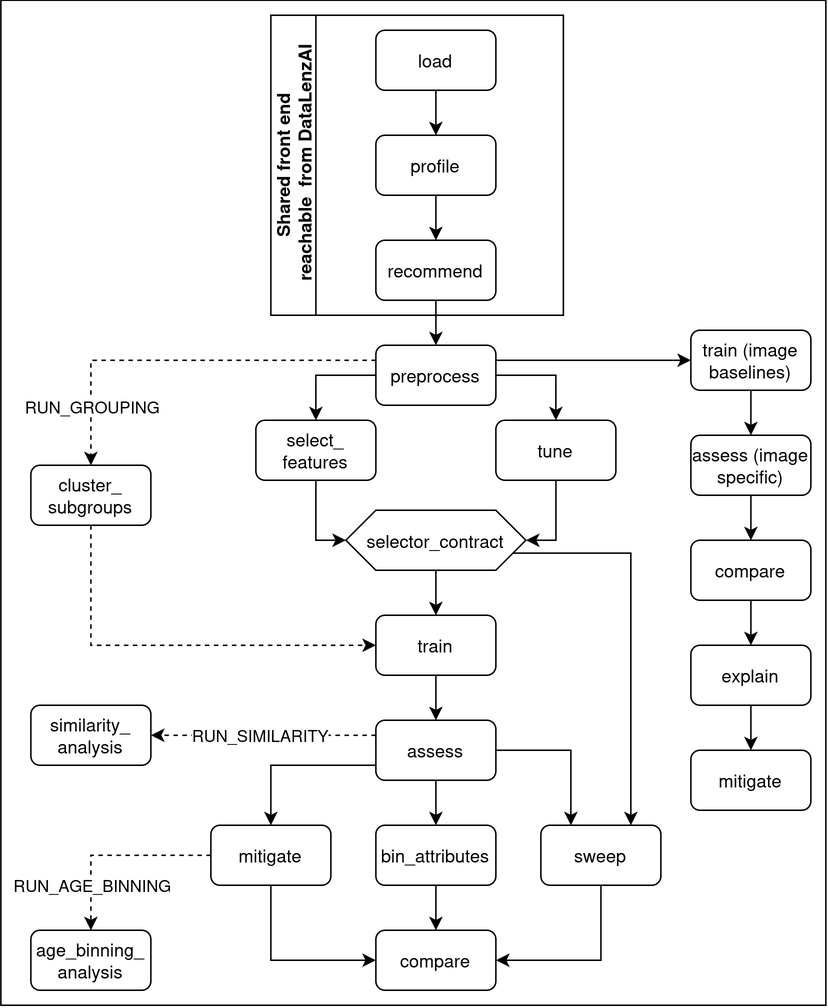
Before: docs/diagrams/F1.drawio.png, a diagram exported from draw.io (UA-Dissertation-Project-107449/FairXAI). Source tidied: cells renumbered, new cells last; positions are measured from the earlier drawing's top-left corner, leaving out a move shared by most shapes. The source it was exported from:
```xml
<mxGraphModel>
  <root>
    <mxCell id="0" />
    <mxCell id="1" parent="0" />
    <mxCell id="2" style="rounded=0;whiteSpace=wrap;html=1;" parent="1" vertex="1">
      <mxGeometry width="550" height="670" as="geometry" />
    </mxCell>
    <mxCell id="3" value="&lt;div&gt;Shared front end&lt;/div&gt;&lt;div&gt;&amp;nbsp;reachable&amp;nbsp; from DataLenzAI&lt;/div&gt;" style="swimlane;horizontal=0;whiteSpace=wrap;html=1;startSize=30;" parent="1" vertex="1">
      <mxGeometry x="180" y="10" width="195" height="200" as="geometry" />
    </mxCell>
    <mxCell id="4" style="edgeStyle=orthogonalEdgeStyle;rounded=0;jettySize=auto;html=1;exitX=0.5;exitY=1;exitDx=0;exitDy=0;entryX=0.5;entryY=0;entryDx=0;entryDy=0;" parent="3" edge="1" source="5" target="7">
      <mxGeometry relative="1" as="geometry" />
    </mxCell>
    <mxCell id="5" value="load" style="rounded=1;whiteSpace=wrap;html=1;" parent="3" vertex="1">
      <mxGeometry x="70" y="10" width="80" height="40" as="geometry" />
    </mxCell>
    <mxCell id="6" style="edgeStyle=orthogonalEdgeStyle;rounded=0;jettySize=auto;html=1;exitX=0.5;exitY=1;exitDx=0;exitDy=0;entryX=0.5;entryY=0;entryDx=0;entryDy=0;" parent="3" edge="1" source="7" target="8">
      <mxGeometry relative="1" as="geometry" />
    </mxCell>
    <mxCell id="7" value="profile" style="rounded=1;whiteSpace=wrap;html=1;" parent="3" vertex="1">
      <mxGeometry x="70" y="80" width="80" height="40" as="geometry" />
    </mxCell>
    <mxCell id="8" value="recommend" style="rounded=1;whiteSpace=wrap;html=1;" parent="3" vertex="1">
      <mxGeometry x="70" y="150" width="80" height="40" as="geometry" />
    </mxCell>
    <mxCell id="9" style="edgeStyle=orthogonalEdgeStyle;rounded=0;jettySize=auto;html=1;exitX=0;exitY=0.5;exitDx=0;exitDy=0;entryX=0.5;entryY=0;entryDx=0;entryDy=0;" parent="1" edge="1" source="14" target="19">
      <mxGeometry relative="1" as="geometry" />
    </mxCell>
    <mxCell id="10" style="edgeStyle=orthogonalEdgeStyle;rounded=0;jettySize=auto;html=1;exitX=1;exitY=0.5;exitDx=0;exitDy=0;entryX=0.5;entryY=0;entryDx=0;entryDy=0;" parent="1" edge="1" source="14" target="17">
      <mxGeometry relative="1" as="geometry" />
    </mxCell>
    <mxCell id="11" style="edgeStyle=orthogonalEdgeStyle;rounded=0;jettySize=auto;html=1;exitX=1;exitY=0.25;exitDx=0;exitDy=0;entryX=0;entryY=0.5;entryDx=0;entryDy=0;" parent="1" edge="1" source="14" target="24">
      <mxGeometry relative="1" as="geometry" />
    </mxCell>
    <mxCell id="12" style="edgeStyle=orthogonalEdgeStyle;rounded=0;jettySize=auto;html=1;exitX=0;exitY=0.25;exitDx=0;exitDy=0;entryX=0.5;entryY=0;entryDx=0;entryDy=0;dashed=1;" parent="1" edge="1" source="14" target="41">
      <mxGeometry relative="1" as="geometry" />
    </mxCell>
    <mxCell id="13" value="RUN_GROUPING" style="edgeLabel;html=1;align=center;verticalAlign=middle;" parent="12" vertex="1">
      <mxGeometry x="0.49" y="-1" relative="1" as="geometry">
        <mxPoint x="1" y="26" as="offset" />
      </mxGeometry>
    </mxCell>
    <mxCell id="14" value="preprocess" style="rounded=1;whiteSpace=wrap;html=1;" parent="1" vertex="1">
      <mxGeometry x="250" y="230" width="80" height="40" as="geometry" />
    </mxCell>
    <mxCell id="15" style="edgeStyle=orthogonalEdgeStyle;rounded=0;jettySize=auto;html=1;exitX=0.5;exitY=1;exitDx=0;exitDy=0;entryX=0.5;entryY=0;entryDx=0;entryDy=0;" parent="1" edge="1" source="8" target="14">
      <mxGeometry relative="1" as="geometry" />
    </mxCell>
    <mxCell id="16" style="edgeStyle=orthogonalEdgeStyle;rounded=0;jettySize=auto;html=1;exitX=0.5;exitY=1;exitDx=0;exitDy=0;entryX=1;entryY=0.5;entryDx=0;entryDy=0;" parent="1" edge="1" source="17" target="22">
      <mxGeometry relative="1" as="geometry" />
    </mxCell>
    <mxCell id="17" value="tune" style="rounded=1;whiteSpace=wrap;html=1;" parent="1" vertex="1">
      <mxGeometry x="330" y="280" width="80" height="40" as="geometry" />
    </mxCell>
    <mxCell id="18" style="edgeStyle=orthogonalEdgeStyle;rounded=0;jettySize=auto;html=1;exitX=0.5;exitY=1;exitDx=0;exitDy=0;entryX=0;entryY=0.5;entryDx=0;entryDy=0;" parent="1" edge="1" source="19" target="22">
      <mxGeometry relative="1" as="geometry" />
    </mxCell>
    <mxCell id="19" value="&lt;div&gt;select_&lt;/div&gt;&lt;div&gt;features&lt;/div&gt;" style="rounded=1;whiteSpace=wrap;html=1;" parent="1" vertex="1">
      <mxGeometry x="170" y="280" width="80" height="40" as="geometry" />
    </mxCell>
    <mxCell id="20" style="edgeStyle=orthogonalEdgeStyle;rounded=0;jettySize=auto;html=1;exitX=0.5;exitY=1;exitDx=0;exitDy=0;entryX=0.5;entryY=0;entryDx=0;entryDy=0;" parent="1" edge="1" source="22" target="33">
      <mxGeometry relative="1" as="geometry" />
    </mxCell>
    <mxCell id="21" style="edgeStyle=orthogonalEdgeStyle;rounded=0;jettySize=auto;html=1;exitX=1;exitY=0.75;exitDx=0;exitDy=0;entryX=0.75;entryY=0;entryDx=0;entryDy=0;" parent="1" edge="1" source="22" target="44">
      <mxGeometry relative="1" as="geometry" />
    </mxCell>
    <mxCell id="22" value="selector_contract" style="shape=hexagon;perimeter=hexagonPerimeter2;whiteSpace=wrap;html=1;shapeInside=1;fixedSize=1;" parent="1" vertex="1">
      <mxGeometry x="230" y="340" width="120" height="40" as="geometry" />
    </mxCell>
    <mxCell id="23" style="edgeStyle=orthogonalEdgeStyle;rounded=0;jettySize=auto;html=1;exitX=0.5;exitY=1;exitDx=0;exitDy=0;entryX=0.5;entryY=0;entryDx=0;entryDy=0;" parent="1" edge="1" source="24" target="26">
      <mxGeometry relative="1" as="geometry" />
    </mxCell>
    <mxCell id="24" value="train (image baselines)" style="rounded=1;whiteSpace=wrap;html=1;" parent="1" vertex="1">
      <mxGeometry x="460" y="220" width="80" height="40" as="geometry" />
    </mxCell>
    <mxCell id="25" style="edgeStyle=orthogonalEdgeStyle;rounded=0;jettySize=auto;html=1;exitX=0.5;exitY=1;exitDx=0;exitDy=0;entryX=0.5;entryY=0;entryDx=0;entryDy=0;" parent="1" edge="1" source="26" target="28">
      <mxGeometry relative="1" as="geometry" />
    </mxCell>
    <mxCell id="26" value="assess (image specific)" style="rounded=1;whiteSpace=wrap;html=1;" parent="1" vertex="1">
      <mxGeometry x="460" y="290" width="80" height="40" as="geometry" />
    </mxCell>
    <mxCell id="27" style="edgeStyle=orthogonalEdgeStyle;rounded=0;jettySize=auto;html=1;exitX=0.5;exitY=1;exitDx=0;exitDy=0;entryX=0.5;entryY=0;entryDx=0;entryDy=0;" parent="1" edge="1" source="28" target="30">
      <mxGeometry relative="1" as="geometry" />
    </mxCell>
    <mxCell id="28" value="compare" style="rounded=1;whiteSpace=wrap;html=1;" parent="1" vertex="1">
      <mxGeometry x="460" y="360" width="80" height="40" as="geometry" />
    </mxCell>
    <mxCell id="29" style="edgeStyle=orthogonalEdgeStyle;rounded=0;jettySize=auto;html=1;exitX=0.5;exitY=1;exitDx=0;exitDy=0;entryX=0.5;entryY=0;entryDx=0;entryDy=0;" parent="1" edge="1" source="30" target="31">
      <mxGeometry relative="1" as="geometry" />
    </mxCell>
    <mxCell id="30" value="explain" style="rounded=1;whiteSpace=wrap;html=1;" parent="1" vertex="1">
      <mxGeometry x="460" y="430" width="80" height="40" as="geometry" />
    </mxCell>
    <mxCell id="31" value="mitigate" style="rounded=1;whiteSpace=wrap;html=1;" parent="1" vertex="1">
      <mxGeometry x="460" y="500" width="80" height="40" as="geometry" />
    </mxCell>
    <mxCell id="32" style="edgeStyle=orthogonalEdgeStyle;rounded=0;jettySize=auto;html=1;exitX=0.5;exitY=1;exitDx=0;exitDy=0;entryX=0.5;entryY=0;entryDx=0;entryDy=0;" parent="1" edge="1" source="33" target="39">
      <mxGeometry relative="1" as="geometry" />
    </mxCell>
    <mxCell id="33" value="train" style="rounded=1;whiteSpace=wrap;html=1;" parent="1" vertex="1">
      <mxGeometry x="250" y="410" width="80" height="40" as="geometry" />
    </mxCell>
    <mxCell id="34" style="edgeStyle=orthogonalEdgeStyle;rounded=0;jettySize=auto;html=1;exitX=0.5;exitY=1;exitDx=0;exitDy=0;entryX=0.5;entryY=0;entryDx=0;entryDy=0;" parent="1" edge="1" source="39" target="51">
      <mxGeometry relative="1" as="geometry" />
    </mxCell>
    <mxCell id="35" style="edgeStyle=orthogonalEdgeStyle;rounded=0;jettySize=auto;html=1;exitX=1;exitY=0.5;exitDx=0;exitDy=0;entryX=0.25;entryY=0;entryDx=0;entryDy=0;" parent="1" edge="1" source="39" target="44">
      <mxGeometry relative="1" as="geometry" />
    </mxCell>
    <mxCell id="36" style="edgeStyle=orthogonalEdgeStyle;rounded=0;jettySize=auto;html=1;exitX=0;exitY=0.75;exitDx=0;exitDy=0;entryX=0.5;entryY=0;entryDx=0;entryDy=0;" parent="1" edge="1" source="39" target="49">
      <mxGeometry relative="1" as="geometry" />
    </mxCell>
    <mxCell id="37" style="edgeStyle=orthogonalEdgeStyle;rounded=0;jettySize=auto;html=1;exitX=0;exitY=0.25;exitDx=0;exitDy=0;entryX=1;entryY=0.5;entryDx=0;entryDy=0;dashed=1;" parent="1" edge="1" source="39" target="42">
      <mxGeometry relative="1" as="geometry" />
    </mxCell>
    <mxCell id="38" value="RUN_SIMILARITY" style="edgeLabel;html=1;align=center;verticalAlign=middle;" parent="37" vertex="1">
      <mxGeometry x="0.04" y="-2" relative="1" as="geometry">
        <mxPoint y="2" as="offset" />
      </mxGeometry>
    </mxCell>
    <mxCell id="39" value="assess" style="rounded=1;whiteSpace=wrap;html=1;" parent="1" vertex="1">
      <mxGeometry x="250" y="480" width="80" height="40" as="geometry" />
    </mxCell>
    <mxCell id="40" style="edgeStyle=orthogonalEdgeStyle;rounded=0;jettySize=auto;html=1;exitX=0.5;exitY=1;exitDx=0;exitDy=0;entryX=0;entryY=0.5;entryDx=0;entryDy=0;dashed=1;" parent="1" edge="1" source="41" target="33">
      <mxGeometry relative="1" as="geometry" />
    </mxCell>
    <mxCell id="41" value="&lt;div&gt;cluster_&lt;/div&gt;&lt;div&gt;subgroups&lt;/div&gt;" style="rounded=1;whiteSpace=wrap;html=1;" parent="1" vertex="1">
      <mxGeometry x="20" y="310" width="80" height="40" as="geometry" />
    </mxCell>
    <mxCell id="42" value="&lt;div&gt;similarity_&lt;/div&gt;&lt;div&gt;analysis&lt;/div&gt;" style="rounded=1;whiteSpace=wrap;html=1;" parent="1" vertex="1">
      <mxGeometry x="20" y="470" width="80" height="40" as="geometry" />
    </mxCell>
    <mxCell id="43" style="edgeStyle=orthogonalEdgeStyle;rounded=0;jettySize=auto;html=1;exitX=0.5;exitY=1;exitDx=0;exitDy=0;entryX=1;entryY=0.5;entryDx=0;entryDy=0;" parent="1" edge="1" source="44" target="45">
      <mxGeometry relative="1" as="geometry" />
    </mxCell>
    <mxCell id="44" value="sweep" style="rounded=1;whiteSpace=wrap;html=1;" parent="1" vertex="1">
      <mxGeometry x="360" y="550" width="80" height="40" as="geometry" />
    </mxCell>
    <mxCell id="45" value="compare" style="rounded=1;whiteSpace=wrap;html=1;" parent="1" vertex="1">
      <mxGeometry x="250" y="620" width="80" height="40" as="geometry" />
    </mxCell>
    <mxCell id="46" style="edgeStyle=orthogonalEdgeStyle;rounded=0;jettySize=auto;html=1;exitX=0.5;exitY=1;exitDx=0;exitDy=0;entryX=0;entryY=0.5;entryDx=0;entryDy=0;" parent="1" edge="1" source="49" target="45">
      <mxGeometry relative="1" as="geometry" />
    </mxCell>
    <mxCell id="47" style="edgeStyle=orthogonalEdgeStyle;rounded=0;jettySize=auto;html=1;exitX=0;exitY=0.5;exitDx=0;exitDy=0;entryX=0.5;entryY=0;entryDx=0;entryDy=0;dashed=1;" parent="1" edge="1" source="49" target="52">
      <mxGeometry relative="1" as="geometry" />
    </mxCell>
    <mxCell id="48" value="RUN_AGE_BINNING" style="edgeLabel;html=1;align=center;verticalAlign=middle;" parent="47" vertex="1">
      <mxGeometry x="0.41" y="-2" relative="1" as="geometry">
        <mxPoint x="2" y="8" as="offset" />
      </mxGeometry>
    </mxCell>
    <mxCell id="49" value="mitigate" style="rounded=1;whiteSpace=wrap;html=1;" parent="1" vertex="1">
      <mxGeometry x="140" y="550" width="80" height="40" as="geometry" />
    </mxCell>
    <mxCell id="50" style="edgeStyle=orthogonalEdgeStyle;rounded=0;jettySize=auto;html=1;exitX=0.5;exitY=1;exitDx=0;exitDy=0;entryX=0.5;entryY=0;entryDx=0;entryDy=0;" parent="1" edge="1" source="51" target="45">
      <mxGeometry relative="1" as="geometry" />
    </mxCell>
    <mxCell id="51" value="bin_attributes" style="rounded=1;whiteSpace=wrap;html=1;" parent="1" vertex="1">
      <mxGeometry x="250" y="550" width="80" height="40" as="geometry" />
    </mxCell>
    <mxCell id="52" value="&lt;div&gt;age_binning_&lt;/div&gt;&lt;div&gt;analysis&lt;/div&gt;" style="rounded=1;whiteSpace=wrap;html=1;" parent="1" vertex="1">
      <mxGeometry x="20" y="620" width="80" height="40" as="geometry" />
    </mxCell>
  </root>
</mxGraphModel>
```
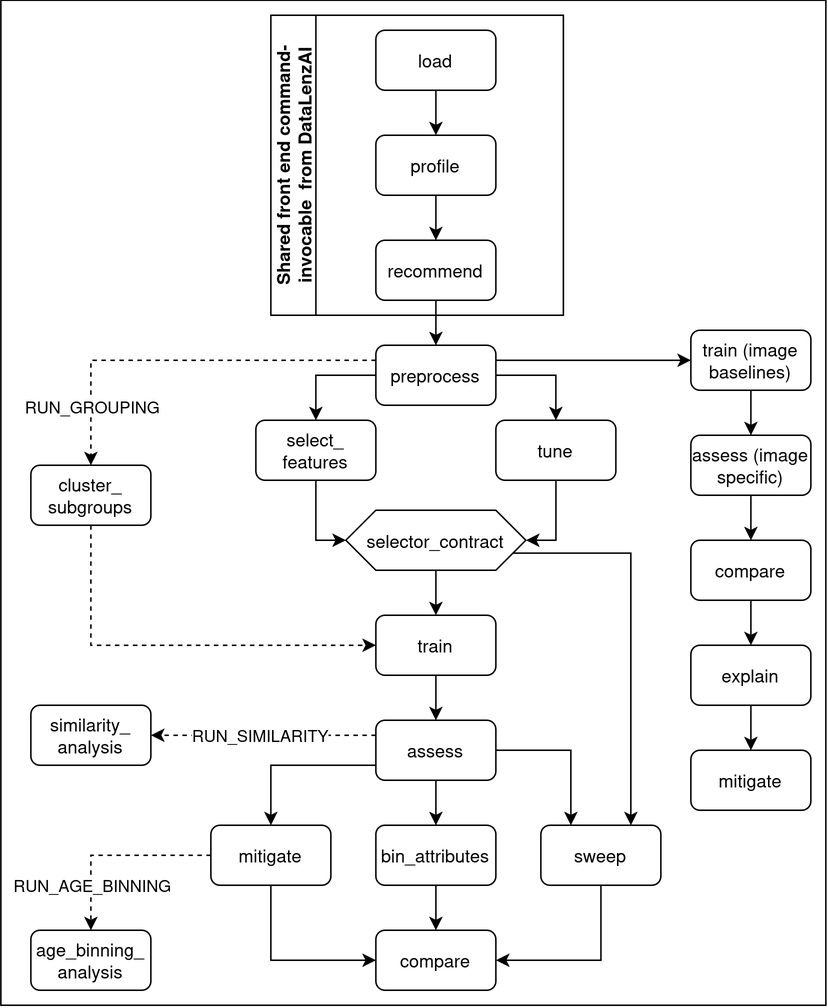
The same file after the commit.

Commit message:
Docs(diagrams): Relabel the shared F1 stages as command-invocable

Change to the diagram source:
```diff
@@ -5,7 +5,7 @@
     <mxCell id="2" style="rounded=0;whiteSpace=wrap;html=1;" parent="1" vertex="1">
       <mxGeometry width="550" height="670" as="geometry" />
     </mxCell>
-    <mxCell id="3" value="&lt;div&gt;Shared front end&lt;/div&gt;&lt;div&gt;&amp;nbsp;reachable&amp;nbsp; from DataLenzAI&lt;/div&gt;" style="swimlane;horizontal=0;whiteSpace=wrap;html=1;startSize=30;" parent="1" vertex="1">
+    <mxCell id="3" value="&lt;div&gt;Shared front end command-invocable&amp;nbsp; from DataLenzAI&lt;/div&gt;" style="swimlane;horizontal=0;whiteSpace=wrap;html=1;startSize=30;" parent="1" vertex="1">
       <mxGeometry x="180" y="10" width="195" height="200" as="geometry" />
     </mxCell>
     <mxCell id="4" style="edgeStyle=orthogonalEdgeStyle;rounded=0;jettySize=auto;html=1;exitX=0.5;exitY=1;exitDx=0;exitDy=0;entryX=0.5;entryY=0;entryDx=0;entryDy=0;" parent="3" edge="1" source="5" target="7">
```
